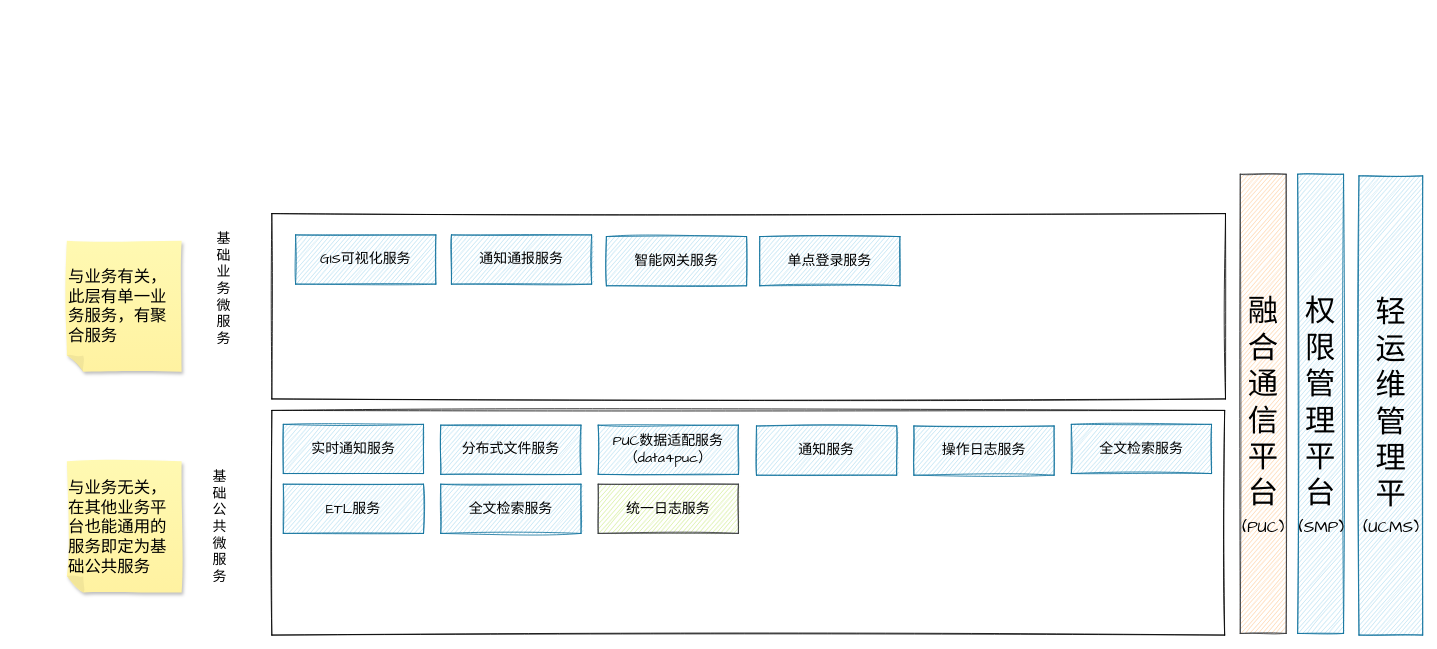
Above: page "服务分层分域结构图" (3 of 3) of 基于云平台的微服务架构.drawio in chensiyu123456/drawio-files (draw.io), before the change. Source tidied: cells renumbered, new cells numbered last; positions are measured from the earlier drawing's top-left corner, leaving out a move shared by most shapes. Both pictures are drawn from the tidied source at 82%, with x=0, y=0 at pixel (66, 174).
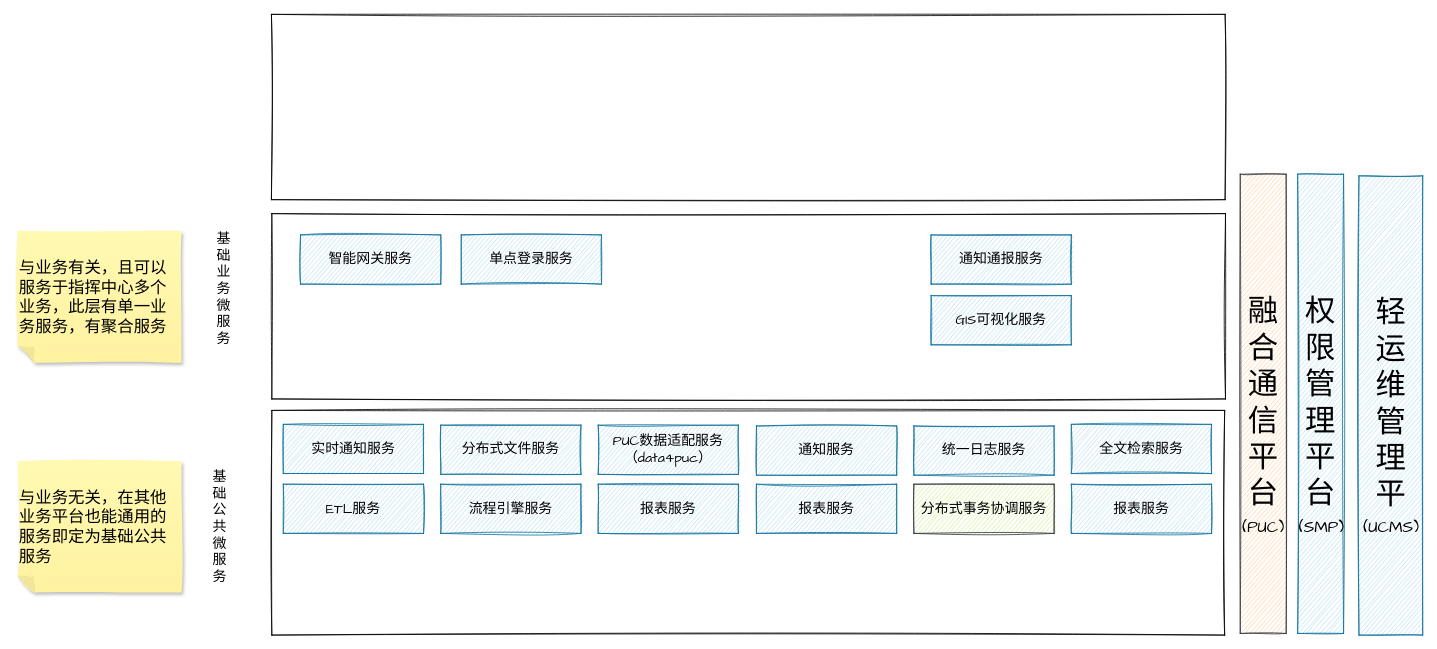
The same page after the edit.

What changed in the source:
```diff
@@
     <mxCell id="10" value="GIS可视化服务" style="rounded=0;whiteSpace=wrap;html=1;sketch=1;hachureGap=4;fontFamily=Architects Daughter;fontSize=17;fillColor=#b1ddf0;strokeColor=#10739e;" parent="1" vertex="1">
-      <mxGeometry x="279" y="74" width="171" height="60" as="geometry" />
+      <mxGeometry x="1054" y="148" width="171" height="60" as="geometry" />
     </mxCell>
     <mxCell id="11" value="通知通报服务" style="rounded=0;whiteSpace=wrap;html=1;sketch=1;hachureGap=4;fontFamily=Architects Daughter;fontSize=17;fillColor=#b1ddf0;strokeColor=#10739e;" parent="1" vertex="1">
-      <mxGeometry x="469" y="74" width="171" height="60" as="geometry" />
+      <mxGeometry x="1054" y="74" width="171" height="60" as="geometry" />
     </mxCell>
-    <mxCell id="12" value="操作日志服务" style="rounded=0;whiteSpace=wrap;html=1;sketch=1;hachureGap=4;fontFamily=Architects Daughter;fontSize=17;fillColor=#b1ddf0;strokeColor=#10739e;" parent="1" vertex="1">
+    <mxCell id="12" value="统一日志服务" style="rounded=0;whiteSpace=wrap;html=1;sketch=1;hachureGap=4;fontFamily=Architects Daughter;fontSize=17;fillColor=#b1ddf0;strokeColor=#10739e;" parent="1" vertex="1">
       <mxGeometry x="1033" y="307" width="171" height="60" as="geometry" />
     </mxCell>
@@
     <mxCell id="18" value="智能网关服务" style="rounded=0;whiteSpace=wrap;html=1;sketch=1;hachureGap=4;fontFamily=Architects Daughter;fontSize=17;fillColor=#b1ddf0;strokeColor=#10739e;" parent="1" vertex="1">
-      <mxGeometry x="658" y="76" width="171" height="60" as="geometry" />
+      <mxGeometry x="285" y="74" width="171" height="60" as="geometry" />
     </mxCell>
@@
-    <mxCell id="22" value="全文检索服务" style="rounded=0;whiteSpace=wrap;html=1;sketch=1;hachureGap=4;fontFamily=Architects Daughter;fontSize=17;fillColor=#b1ddf0;strokeColor=#10739e;" parent="1" vertex="1">
+    <mxCell id="22" value="流程引擎服务" style="rounded=0;whiteSpace=wrap;html=1;sketch=1;hachureGap=4;fontFamily=Architects Daughter;fontSize=17;fillColor=#b1ddf0;strokeColor=#10739e;" parent="1" vertex="1">
       <mxGeometry x="456" y="378" width="171" height="60" as="geometry" />
     </mxCell>
     <mxCell id="23" value="单点登录服务" style="rounded=0;whiteSpace=wrap;html=1;sketch=1;hachureGap=4;fontFamily=Architects Daughter;fontSize=17;fillColor=#b1ddf0;strokeColor=#10739e;" parent="1" vertex="1">
-      <mxGeometry x="845" y="76" width="171" height="60" as="geometry" />
+      <mxGeometry x="481" y="74" width="171" height="60" as="geometry" />
     </mxCell>
@@
-    <mxCell id="26" value="统一日志服务" style="rounded=0;whiteSpace=wrap;html=1;sketch=1;hachureGap=4;fontFamily=Architects Daughter;fontSize=17;fillColor=#cdeb8b;strokeColor=#36393d;" parent="1" vertex="1">
-      <mxGeometry x="648" y="378" width="171" height="60" as="geometry" />
-    </mxCell>
     <mxCell id="27" value="与业务无关，在其他业务平台也能通用的服务即定为基础公共服务" style="shape=note;whiteSpace=wrap;html=1;backgroundOutline=1;fontColor=#000000;darkOpacity=0.05;fillColor=#FFF9B2;strokeColor=none;fillStyle=solid;direction=west;gradientDirection=north;gradientColor=#FFF2A1;shadow=1;size=20;sketch=1;hachureGap=4;fontFamily=Architects Daughter;fontSize=20;align=left;" parent="1" vertex="1">
-      <mxGeometry y="350" width="140" height="160" as="geometry" />
+      <mxGeometry x="-60" y="350" width="200" height="160" as="geometry" />
     </mxCell>
-    <mxCell id="28" value="与业务有关，此层有单一业务服务，有聚合服务" style="shape=note;whiteSpace=wrap;html=1;backgroundOutline=1;fontColor=#000000;darkOpacity=0.05;fillColor=#FFF9B2;strokeColor=none;fillStyle=solid;direction=west;gradientDirection=north;gradientColor=#FFF2A1;shadow=1;size=20;sketch=1;hachureGap=4;fontFamily=Architects Daughter;fontSize=20;align=left;" parent="1" vertex="1">
-      <mxGeometry y="81" width="140" height="160" as="geometry" />
+    <mxCell id="28" value="与业务有关，且可以服务于指挥中心多个业务，此层有单一业务服务，有聚合服务" style="shape=note;whiteSpace=wrap;html=1;backgroundOutline=1;fontColor=#000000;darkOpacity=0.05;fillColor=#FFF9B2;strokeColor=none;fillStyle=solid;direction=west;gradientDirection=north;gradientColor=#FFF2A1;shadow=1;size=20;sketch=1;hachureGap=4;fontFamily=Architects Daughter;fontSize=20;align=left;" parent="1" vertex="1">
+      <mxGeometry x="-60" y="69" width="200" height="161" as="geometry" />
     </mxCell>
+    <mxCell id="29" style="rounded=0;whiteSpace=wrap;html=1;sketch=1;hachureGap=4;fontFamily=Architects Daughter;fontSize=17;fontColor=#000000;" parent="1" vertex="1">
+      <mxGeometry x="249.5" y="-195" width="1163" height="226" as="geometry" />
+    </mxCell>
+    <mxCell id="30" value="报表服务" style="rounded=0;whiteSpace=wrap;html=1;sketch=1;hachureGap=4;fontFamily=Architects Daughter;fontSize=17;fillColor=#b1ddf0;strokeColor=#10739e;" parent="1" vertex="1">
+      <mxGeometry x="648" y="378" width="171" height="60" as="geometry" />
+    </mxCell>
+    <mxCell id="31" value="报表服务" style="rounded=0;whiteSpace=wrap;html=1;sketch=1;hachureGap=4;fontFamily=Architects Daughter;fontSize=17;fillColor=#b1ddf0;strokeColor=#10739e;" parent="1" vertex="1">
+      <mxGeometry x="841" y="378" width="171" height="60" as="geometry" />
+    </mxCell>
+    <mxCell id="32" value="分布式事务协调服务" style="rounded=0;whiteSpace=wrap;html=1;sketch=1;hachureGap=4;fontFamily=Architects Daughter;fontSize=17;fillColor=#cdeb8b;strokeColor=#36393d;" parent="1" vertex="1">
+      <mxGeometry x="1033" y="378" width="171" height="60" as="geometry" />
+    </mxCell>
+    <mxCell id="33" value="报表服务" style="rounded=0;whiteSpace=wrap;html=1;sketch=1;hachureGap=4;fontFamily=Architects Daughter;fontSize=17;fillColor=#b1ddf0;strokeColor=#10739e;" parent="1" vertex="1">
+      <mxGeometry x="1225" y="378" width="171" height="60" as="geometry" />
+    </mxCell>
```
